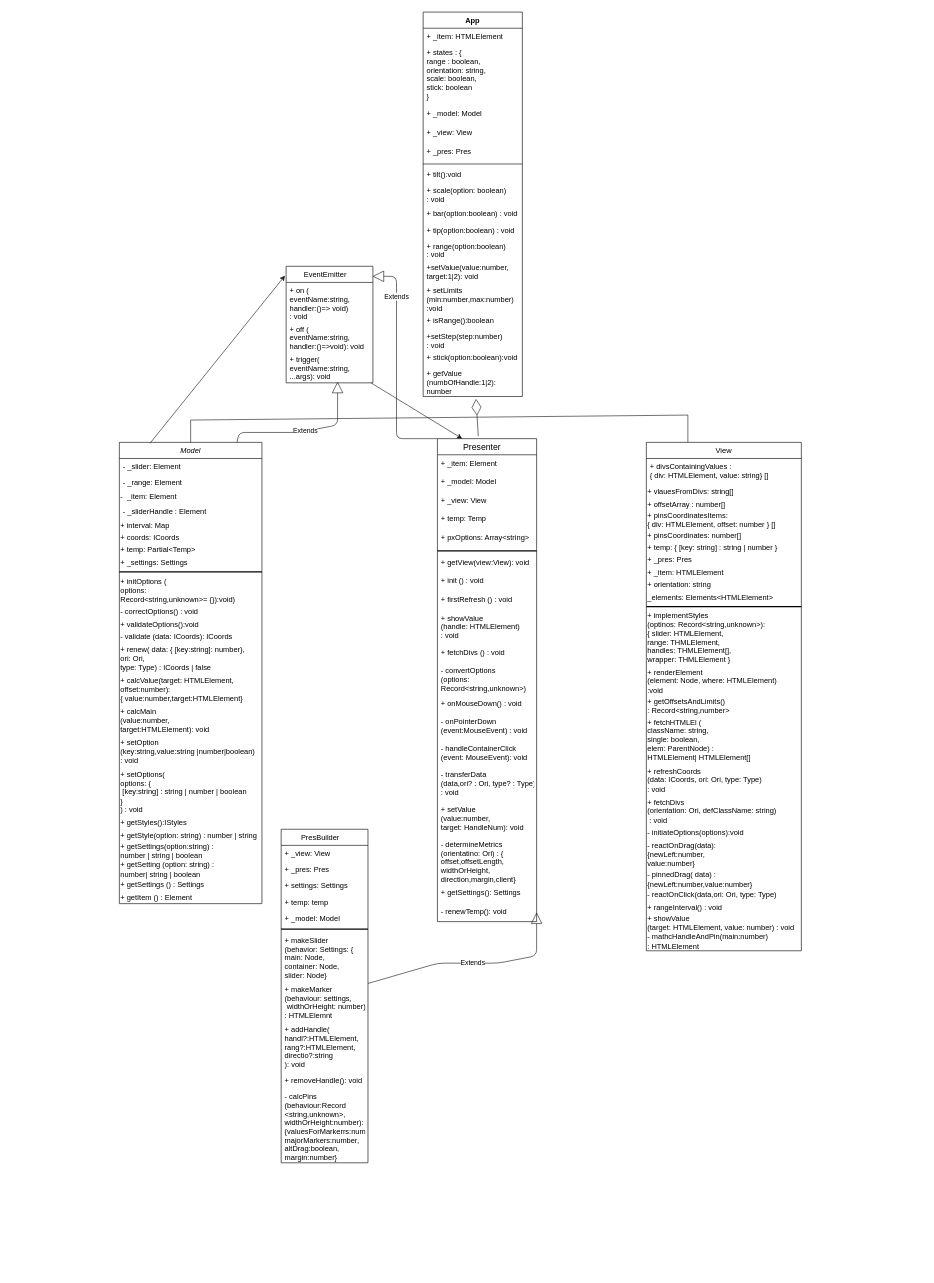
Before: docs/plugin.drawio in ShadowFlade/slider, a draw.io diagram. Source tidied: cells renumbered, new cells numbered last; positions are measured from the earlier drawing's top-left corner, leaving out a move shared by most shapes. Both pictures are drawn from the tidied source at 62%, with x=0, y=0 at pixel (119, 12).
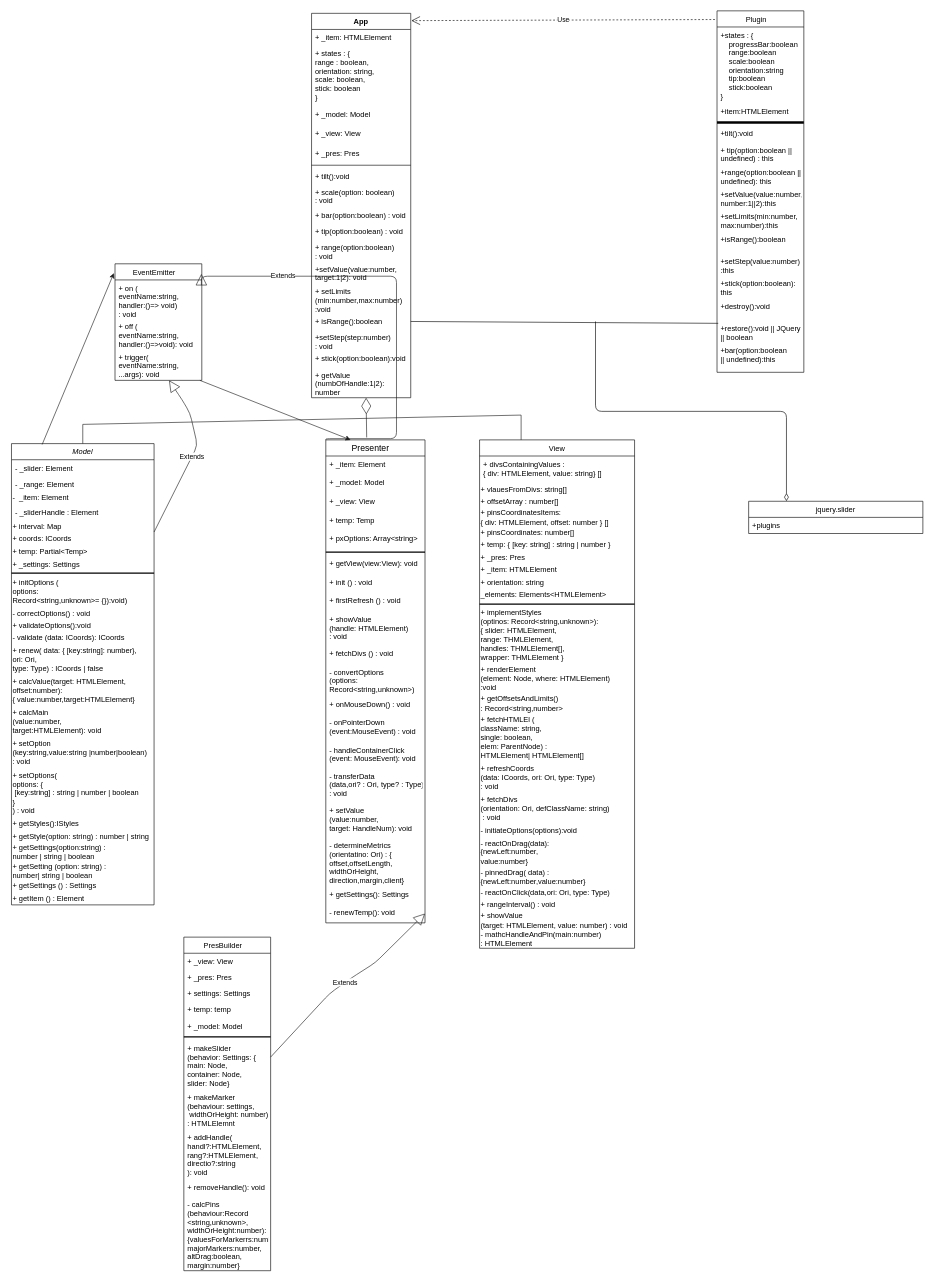
The same page after the edit.

Commit message:
supplemented UML

The change refers to these unchanged cells:
```xml
<mxCell id="72" value="- renewTemp(): void" style="text;strokeColor=none;fillColor=none;spacingLeft=4;spacingRight=4;overflow=hidden;points=[[0,0.5],[1,0.5]];portConstraint=eastwest;fontSize=12;" parent="52" vertex="1">
  <mxGeometry y="749" width="160" height="30" as="geometry" />
</mxCell>
<mxCell id="100" value="+ isRange():boolean" style="text;strokeColor=none;fillColor=none;align=left;verticalAlign=top;spacingLeft=4;spacingRight=4;overflow=hidden;points=[[0,0.5],[1,0.5]];portConstraint=eastwest;" parent="86" vertex="1">
  <mxGeometry y="484" width="160" height="26" as="geometry" />
</mxCell>
<mxCell id="103" value="+ getValue&#10;(numbOfHandle:1|2):&#10;number" style="text;strokeColor=none;fillColor=none;align=left;verticalAlign=top;spacingLeft=4;spacingRight=4;overflow=hidden;points=[[0,0.5],[1,0.5]];portConstraint=eastwest;" parent="86" vertex="1">
  <mxGeometry y="570" width="160" height="50" as="geometry" />
</mxCell>
<mxCell id="109" value="+ trigger(&#10;eventName:string,&#10;...args): void" style="text;strokeColor=none;fillColor=none;align=left;verticalAlign=top;spacingLeft=4;spacingRight=4;overflow=hidden;points=[[0,0.5],[1,0.5]];portConstraint=eastwest;" parent="106" vertex="1">
  <mxGeometry y="137" width="140" height="51" as="geometry" />
</mxCell>
```

What changed in the source:
```diff
@@
     <mxCell id="2" value="Model" style="swimlane;fontStyle=2;align=center;verticalAlign=top;horizontal=1;startSize=26;rounded=0;shadow=0;strokeWidth=1;" parent="1" vertex="1">
-      <mxGeometry y="694" width="230" height="744" as="geometry" />
+      <mxGeometry x="-174" y="696" width="230" height="744" as="geometry" />
     </mxCell>
@@
     <mxCell id="27" value="View" style="swimlane;fontStyle=0;align=center;verticalAlign=top;horizontal=1;startSize=26;rounded=0;shadow=0;strokeWidth=1;" parent="1" vertex="1">
-      <mxGeometry x="850" y="694" width="250" height="820" as="geometry" />
+      <mxGeometry x="581" y="690" width="250" height="820" as="geometry" />
     </mxCell>
@@
     <mxCell id="52" value="Presenter    " style="swimlane;fontStyle=0;horizontal=1;startSize=26;align=center;fontSize=14;rounded=0;shadow=0;strokeWidth=1;" parent="1" vertex="1">
-      <mxGeometry x="513" y="688" width="160" height="779" as="geometry" />
+      <mxGeometry x="333" y="690" width="160" height="779" as="geometry" />
     </mxCell>
@@
     <mxCell id="73" value="PresBuilder    " style="swimlane;fontStyle=0;horizontal=1;startSize=26;rounded=0;shadow=0;strokeWidth=1;verticalAlign=top;" parent="1" vertex="1">
-      <mxGeometry x="261" y="1318" width="140" height="538" as="geometry" />
+      <mxGeometry x="104" y="1492" width="140" height="538" as="geometry" />
     </mxCell>
@@
     <mxCell id="85" value="Extends" style="endArrow=block;endSize=16;endFill=0;html=1;strokeColor=#1A1A1A;entryX=1;entryY=0.5;entryDx=0;entryDy=0;" parent="1" edge="1" source="73" target="72">
       <mxGeometry relative="1" as="geometry">
         <Array as="points">
-          <mxPoint x="514" y="1534" />
-          <mxPoint x="611" y="1534" />
-          <mxPoint x="673" y="1522" />
+          <mxPoint x="339" y="1583" />
+          <mxPoint x="374" y="1558" />
+          <mxPoint x="413" y="1533" />
         </Array>
       </mxGeometry>
     </mxCell>
     <mxCell id="86" value="App" style="swimlane;fontStyle=1;align=center;verticalAlign=top;horizontal=1;startSize=26;rounded=0;shadow=0;strokeWidth=1;" parent="1" vertex="1">
-      <mxGeometry x="490" width="160" height="620" as="geometry" />
+      <mxGeometry x="310" y="2" width="160" height="620" as="geometry" />
     </mxCell>
@@
-    <mxCell id="104" style="endArrow=diamondThin;endFill=0;endSize=24;html=1;strokeColor=#1A1A1A;entryX=0.533;entryY=1.078;entryDx=0;entryDy=0;entryPerimeter=0;exitX=0.412;exitY=-0.005;exitDx=0;exitDy=0;exitPerimeter=0;" parent="1" edge="1" source="52" target="103">
+    <mxCell id="104" style="endArrow=diamondThin;endFill=0;endSize=24;html=1;strokeColor=#1A1A1A;exitX=0.412;exitY=-0.005;exitDx=0;exitDy=0;exitPerimeter=0;entryX=0.55;entryY=1;entryDx=0;entryDy=0;entryPerimeter=0;" parent="1" edge="1" source="52" target="103">
       <mxGeometry relative="1" as="geometry" />
     </mxCell>
     <mxCell id="105" style="endArrow=none;html=1;rounded=0;startSize=26;strokeColor=#1A1A1A;entryX=0.268;entryY=0;entryDx=0;entryDy=0;entryPerimeter=0;exitX=0.5;exitY=0;exitDx=0;exitDy=0;" parent="1" edge="1" source="2" target="27">
       <mxGeometry relative="1" as="geometry">
         <Array as="points">
-          <mxPoint x="115" y="658" />
-          <mxPoint x="917" y="650" />
+          <mxPoint x="-59" y="665" />
+          <mxPoint x="648" y="650" />
         </Array>
       </mxGeometry>
     </mxCell>
     <mxCell id="106" value="EventEmitter    " style="swimlane;fontStyle=0;horizontal=1;startSize=26;fillColor=none;rounded=0;shadow=0;strokeWidth=1;verticalAlign=top;" parent="1" vertex="1">
-      <mxGeometry x="269" y="410" width="140" height="188" as="geometry" />
+      <mxGeometry x="-7" y="406" width="140" height="188" as="geometry" />
     </mxCell>
@@
-    <mxCell id="110" value="Extends" style="endArrow=block;endSize=16;endFill=0;html=1;strokeColor=#1A1A1A;entryX=1;entryY=0.5;entryDx=0;entryDy=0;" parent="1" edge="1" source="2">
+    <mxCell id="110" value="Extends" style="endArrow=block;endSize=16;endFill=0;html=1;strokeColor=#1A1A1A;" parent="1" edge="1" source="2" target="109">
       <mxGeometry relative="1" as="geometry">
-        <mxPoint x="352" y="596" as="targetPoint" />
         <Array as="points">
-          <mxPoint x="193" y="678" />
-          <mxPoint x="290" y="678" />
-          <mxPoint x="352" y="666" />
+          <mxPoint x="126" y="699" />
+          <mxPoint x="114" y="647" />
+          <mxPoint x="101" y="625" />
         </Array>
       </mxGeometry>
     </mxCell>
@@
+    <mxCell id="114" value="Plugin    " style="swimlane;fontStyle=0;horizontal=1;startSize=26;fillColor=none;" parent="1" vertex="1">
+      <mxGeometry x="964" y="-2" width="140" height="583" as="geometry" />
+    </mxCell>
+    <mxCell id="115" value="+states : {&#10;    progressBar:boolean&#10;    range:boolean&#10;    scale:boolean&#10;    orientation:string&#10;    tip:boolean&#10;    stick:boolean&#10;} " style="text;strokeColor=none;fillColor=none;align=left;verticalAlign=top;spacingLeft=4;spacingRight=4;overflow=hidden;" parent="114" vertex="1">
+      <mxGeometry y="26" width="140" height="123" as="geometry" />
+    </mxCell>
+    <mxCell id="116" value="+item:HTMLElement" style="text;strokeColor=none;fillColor=none;align=left;verticalAlign=top;spacingLeft=4;spacingRight=4;overflow=hidden;" parent="114" vertex="1">
+      <mxGeometry y="149" width="140" height="26" as="geometry" />
+    </mxCell>
+    <mxCell id="117" style="line;strokeWidth=4;html=1;perimeter=backbonePerimeter;" parent="114" vertex="1">
+      <mxGeometry y="175" width="140" height="10" as="geometry" />
+    </mxCell>
+    <mxCell id="118" value="+tilt():void" style="text;strokeColor=none;fillColor=none;align=left;verticalAlign=top;spacingLeft=4;spacingRight=4;overflow=hidden;" parent="114" vertex="1">
+      <mxGeometry y="185" width="140" height="26" as="geometry" />
+    </mxCell>
+    <mxCell id="119" value="+ tip(option:boolean || &#10;undefined) : this" style="text;strokeColor=none;fillColor=none;align=left;verticalAlign=top;spacingLeft=4;spacingRight=4;overflow=hidden;" parent="114" vertex="1">
+      <mxGeometry y="211" width="140" height="36" as="geometry" />
+    </mxCell>
+    <mxCell id="120" value="+range(option:boolean ||&#10;undefined): this" style="text;strokeColor=none;fillColor=none;align=left;verticalAlign=top;spacingLeft=4;spacingRight=4;overflow=hidden;" parent="114" vertex="1">
+      <mxGeometry y="247" width="140" height="36" as="geometry" />
+    </mxCell>
+    <mxCell id="121" value="+setValue(value:number,&#10;number:1||2):this" style="text;strokeColor=none;fillColor=none;align=left;verticalAlign=top;spacingLeft=4;spacingRight=4;overflow=hidden;" parent="114" vertex="1">
+      <mxGeometry y="283" width="140" height="36" as="geometry" />
+    </mxCell>
+    <mxCell id="122" value="+setLimits(min:number,&#10;max:number):this" style="text;strokeColor=none;fillColor=none;align=left;verticalAlign=top;spacingLeft=4;spacingRight=4;overflow=hidden;" parent="114" vertex="1">
+      <mxGeometry y="319" width="140" height="36" as="geometry" />
+    </mxCell>
+    <mxCell id="123" value="+isRange():boolean" style="text;strokeColor=none;fillColor=none;align=left;verticalAlign=top;spacingLeft=4;spacingRight=4;overflow=hidden;" parent="114" vertex="1">
+      <mxGeometry y="355" width="140" height="36" as="geometry" />
+    </mxCell>
+    <mxCell id="124" value="+setStep(value:number)&#10;:this" style="text;strokeColor=none;fillColor=none;align=left;verticalAlign=top;spacingLeft=4;spacingRight=4;overflow=hidden;" parent="114" vertex="1">
+      <mxGeometry y="391" width="140" height="36" as="geometry" />
+    </mxCell>
+    <mxCell id="125" value="+stick(option:boolean):&#10;this" style="text;strokeColor=none;fillColor=none;align=left;verticalAlign=top;spacingLeft=4;spacingRight=4;overflow=hidden;" parent="114" vertex="1">
+      <mxGeometry y="427" width="140" height="36" as="geometry" />
+    </mxCell>
+    <mxCell id="126" value="+destroy():void&#10;" style="text;strokeColor=none;fillColor=none;align=left;verticalAlign=top;spacingLeft=4;spacingRight=4;overflow=hidden;" parent="114" vertex="1">
+      <mxGeometry y="463" width="140" height="36" as="geometry" />
+    </mxCell>
+    <mxCell id="127" value="+restore():void || JQuery&#10;|| boolean" style="text;strokeColor=none;fillColor=none;align=left;verticalAlign=top;spacingLeft=4;spacingRight=4;overflow=hidden;points=[[0,0.5],[1,0.5]];portConstraint=eastwest;" parent="114" vertex="1">
+      <mxGeometry y="499" width="140" height="36" as="geometry" />
+    </mxCell>
+    <mxCell id="128" value="+bar(option:boolean&#10;|| undefined):this" style="text;strokeColor=none;fillColor=none;align=left;verticalAlign=top;spacingLeft=4;spacingRight=4;overflow=hidden;" parent="114" vertex="1">
+      <mxGeometry y="535" width="140" height="48" as="geometry" />
+    </mxCell>
+    <mxCell id="129" value="Use" style="endArrow=open;endSize=12;dashed=1;html=1;entryX=1.006;entryY=0.019;entryDx=0;entryDy=0;exitX=-0.024;exitY=0.024;exitDx=0;exitDy=0;exitPerimeter=0;entryPerimeter=0;" parent="1" edge="1" source="114" target="86">
+      <mxGeometry relative="1" as="geometry" />
+    </mxCell>
+    <mxCell id="130" value="jquery.slider" style="swimlane;fontStyle=0;horizontal=1;startSize=26;fillColor=none;" parent="1" vertex="1">
+      <mxGeometry x="1015" y="789" width="281" height="52" as="geometry" />
+    </mxCell>
+    <mxCell id="131" value="+plugins" style="text;strokeColor=none;fillColor=none;align=left;verticalAlign=top;spacingLeft=4;spacingRight=4;overflow=hidden;" parent="130" vertex="1">
+      <mxGeometry y="26" width="281" height="26" as="geometry" />
+    </mxCell>
+    <mxCell id="132" style="html=1;endArrow=diamondThin;endFill=0;edgeStyle=elbowEdgeStyle;elbow=vertical;endSize=10;entryX=0.217;entryY=-0.003;entryDx=0;entryDy=0;entryPerimeter=0;" parent="1" edge="1" target="130">
+      <mxGeometry relative="1" as="geometry">
+        <mxPoint x="768" y="499" as="sourcePoint" />
+      </mxGeometry>
+    </mxCell>
+    <mxCell id="133" style="endArrow=none;html=1;exitX=0.014;exitY=0.139;exitDx=0;exitDy=0;exitPerimeter=0;entryX=1;entryY=0.5;entryDx=0;entryDy=0;" parent="1" edge="1" source="127" target="100">
+      <mxGeometry relative="1" as="geometry" />
+    </mxCell>
```
